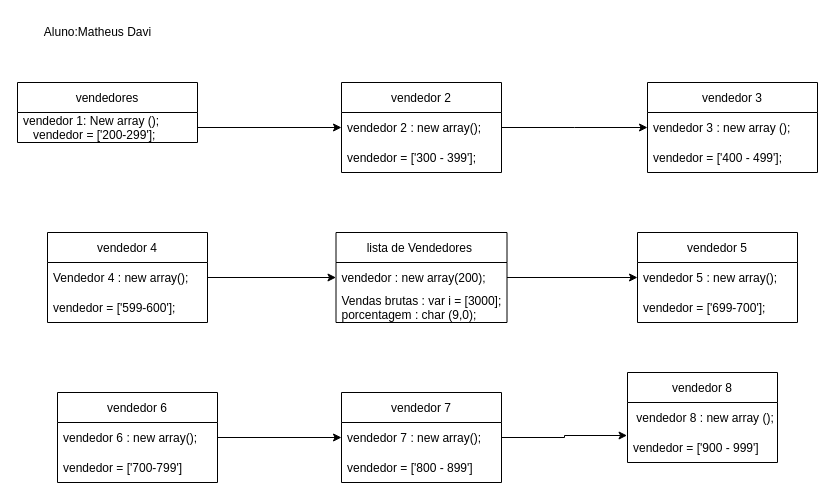
The draw.io diagram diagramaemjava.drawio in daviterzin/rogue-brasil-, before the edit. Source tidied: cells renumbered, new cells numbered last; positions are measured from the earlier drawing's top-left corner, leaving out a move shared by most shapes. Both pictures are drawn from the tidied source at 100%, with x=0, y=0 at pixel (17, 17).
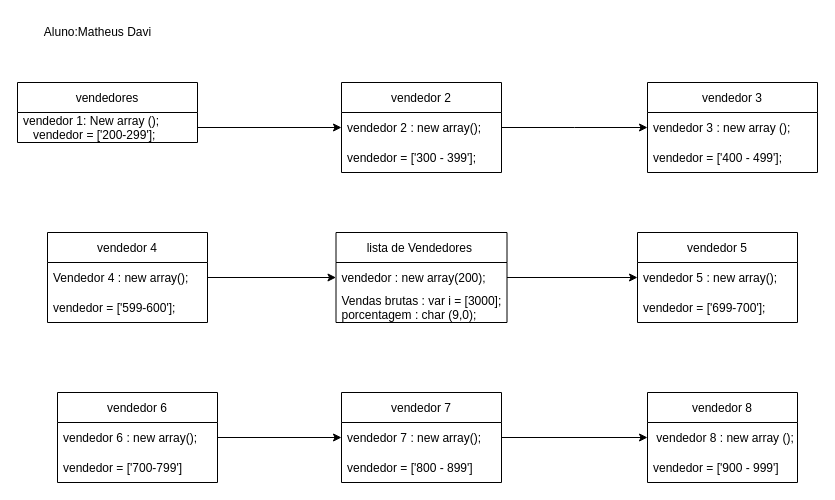
The same diagram, later.

The change refers to these unchanged cells:
```xml
<mxCell id="28" value="vendedor 7" style="swimlane;fontStyle=0;horizontal=1;startSize=30;" parent="1" vertex="1">
  <mxGeometry x="324" y="375" width="160" height="90" as="geometry" />
</mxCell>
<mxCell id="32" value=" vendedor 8 : new array ();" style="text;strokeColor=none;fillColor=none;align=left;verticalAlign=middle;spacingLeft=4;spacingRight=4;overflow=hidden;points=[[0,0.5],[1,0.5]];portConstraint=eastwest;" parent="31" vertex="1">
  <mxGeometry y="30" width="150" height="30" as="geometry" />
</mxCell>
<mxCell id="33" value="vendedor = ['900 - 999']" style="text;strokeColor=none;fillColor=none;align=left;verticalAlign=middle;spacingLeft=4;spacingRight=4;overflow=hidden;points=[[0,0.5],[1,0.5]];portConstraint=eastwest;" parent="31" vertex="1">
  <mxGeometry y="60" width="150" height="30" as="geometry" />
</mxCell>
```

Change to the diagram source:
```diff
@@
-    <mxCell id="27" style="edgeStyle=orthogonalEdgeStyle;rounded=0;jettySize=auto;html=1;entryX=-0.003;entryY=0.1;entryDx=0;entryDy=0;entryPerimeter=0;" parent="1" edge="1" source="28" target="33">
+    <mxCell id="27" style="edgeStyle=orthogonalEdgeStyle;rounded=0;jettySize=auto;html=1;entryX=0;entryY=0.5;entryDx=0;entryDy=0;" parent="1" edge="1" source="28" target="32">
       <mxGeometry relative="1" as="geometry" />
     </mxCell>
@@
     <mxCell id="31" value="vendedor 8" style="swimlane;fontStyle=0;horizontal=1;startSize=30;" parent="1" vertex="1">
-      <mxGeometry x="610" y="355" width="150" height="90" as="geometry" />
+      <mxGeometry x="630" y="375" width="150" height="90" as="geometry" />
     </mxCell>
```
